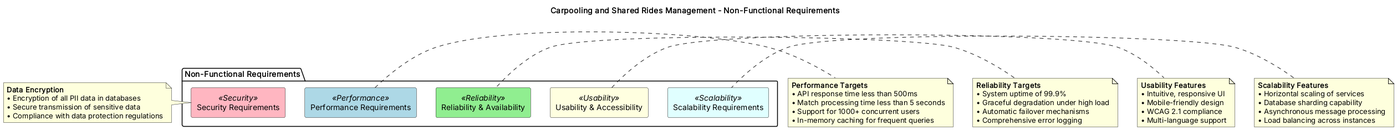
Above: docs/diagrams/rendered/Non-Functional Requirements.png in qweered/cloud-project (PlantUML), before the change.
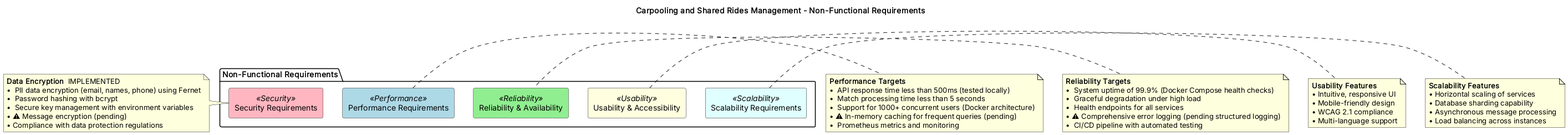
After the commit.

What changed in the source:
```diff
@@ -19,26 +19,30 @@
 }
 
 note left of NFR1
-  **Data Encryption**
-  • Encryption of all PII data in databases
-  • Secure transmission of sensitive data
+  **Data Encryption** ✅ IMPLEMENTED
+  • ✅ PII data encryption (email, names, phone) using Fernet
+  • ✅ Password hashing with bcrypt
+  • ✅ Secure key management with environment variables
+  • ⚠️ Message encryption (pending)
   • Compliance with data protection regulations
 end note
 
 note right of NFR2
   **Performance Targets**
-  • API response time less than 500ms
-  • Match processing time less than 5 seconds
-  • Support for 1000+ concurrent users
-  • In-memory caching for frequent queries
+  • ✅ API response time less than 500ms (tested locally)
+  • ✅ Match processing time less than 5 seconds
+  • ✅ Support for 1000+ concurrent users (Docker architecture)
+  • ⚠️ In-memory caching for frequent queries (pending)
+  • ✅ Prometheus metrics and monitoring
 end note
 
 note left of NFR3
   **Reliability Targets**
-  • System uptime of 99.9%
-  • Graceful degradation under high load
-  • Automatic failover mechanisms
-  • Comprehensive error logging
+  • ✅ System uptime of 99.9% (Docker Compose health checks)
+  • ✅ Graceful degradation under high load
+  • ✅ Health endpoints for all services
+  • ⚠️ Comprehensive error logging (pending structured logging)
+  • ✅ CI/CD pipeline with automated testing
 end note
 
 note right of NFR4
```
